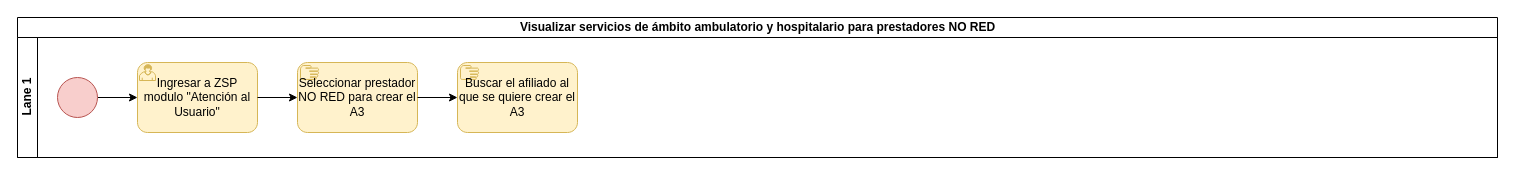
The draw.io diagram Visualizar servicios en ZSS para prestadores con marca en eter.drawio in kevinjporto/Diagramas-de-procesos, before the edit. Source tidied: cells renumbered, new cells numbered last; positions are measured from the earlier drawing's top-left corner, leaving out a move shared by most shapes. Both pictures are drawn from the tidied source at 100%, with x=0, y=0 at pixel (17, 17).
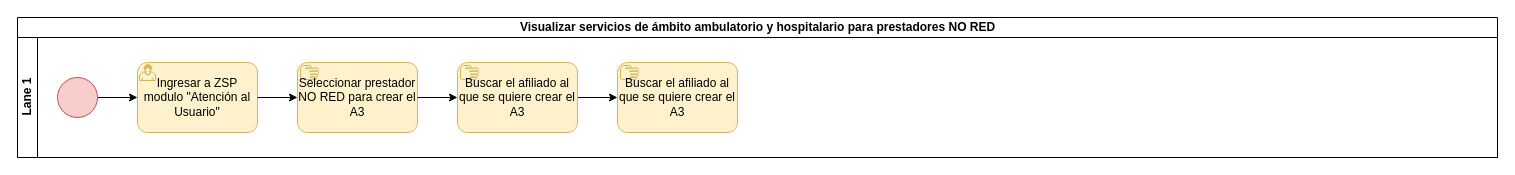
The same page after the edit.

Diff of the diagram source:
```diff
@@
 <mxGraphModel>
   <root>
     <mxCell id="0" />
     <mxCell id="1" parent="0" />
     <mxCell id="2" value="Visualizar servicios de ámbito ambulatorio y hospitalario para prestadores NO RED" style="swimlane;horizontal=1;startSize=20;html=1;" parent="1" vertex="1">
       <mxGeometry width="1480" height="140" as="geometry" />
     </mxCell>
     <mxCell id="3" value="Lane 1" style="swimlane;startSize=20;horizontal=0;html=1;" parent="2" vertex="1">
       <mxGeometry y="20" width="1480" height="120" as="geometry" />
     </mxCell>
     <mxCell id="4" style="edgeStyle=orthogonalEdgeStyle;rounded=0;jettySize=auto;html=1;entryX=0;entryY=0.5;entryDx=0;entryDy=0;entryPerimeter=0;" parent="3" edge="1" source="5" target="6">
       <mxGeometry relative="1" as="geometry" />
     </mxCell>
     <mxCell id="5" style="points=[[0.145,0.145,0],[0.5,0,0],[0.855,0.145,0],[1,0.5,0],[0.855,0.855,0],[0.5,1,0],[0.145,0.855,0],[0,0.5,0]];shape=mxgraph.bpmn.event;html=1;verticalLabelPosition=bottom;labelBackgroundColor=#ffffff;verticalAlign=top;align=center;perimeter=ellipsePerimeter;outlineConnect=0;outline=standard;symbol=general;fillColor=#f8cecc;strokeColor=#b85450;" parent="3" vertex="1">
       <mxGeometry x="40" y="40" width="40" height="40" as="geometry" />
     </mxCell>
     <mxCell id="6" value="Ingresar a ZSP modulo &quot;Atención al Usuario&quot;" style="points=[[0.25,0,0],[0.5,0,0],[0.75,0,0],[1,0.25,0],[1,0.5,0],[1,0.75,0],[0.75,1,0],[0.5,1,0],[0.25,1,0],[0,0.75,0],[0,0.5,0],[0,0.25,0]];shape=mxgraph.bpmn.task;whiteSpace=wrap;rectStyle=rounded;size=10;html=1;taskMarker=user;fillColor=#fff2cc;strokeColor=#d6b656;" parent="3" vertex="1">
       <mxGeometry x="120" y="25" width="120" height="70" as="geometry" />
     </mxCell>
     <mxCell id="7" value="Seleccionar prestador NO RED para crear el A3" style="points=[[0.25,0,0],[0.5,0,0],[0.75,0,0],[1,0.25,0],[1,0.5,0],[1,0.75,0],[0.75,1,0],[0.5,1,0],[0.25,1,0],[0,0.75,0],[0,0.5,0],[0,0.25,0]];shape=mxgraph.bpmn.task;whiteSpace=wrap;rectStyle=rounded;size=10;html=1;taskMarker=manual;fillColor=#fff2cc;strokeColor=#d6b656;" parent="3" vertex="1">
       <mxGeometry x="280" y="25" width="120" height="70" as="geometry" />
     </mxCell>
     <mxCell id="8" style="edgeStyle=orthogonalEdgeStyle;rounded=0;jettySize=auto;html=1;" parent="3" edge="1" source="6" target="7">
       <mxGeometry relative="1" as="geometry" />
     </mxCell>
+    <mxCell id="11" style="edgeStyle=orthogonalEdgeStyle;rounded=0;jettySize=auto;html=1;" parent="3" edge="1" source="9" target="12">
+      <mxGeometry relative="1" as="geometry" />
+    </mxCell>
     <mxCell id="9" value="Buscar el afiliado al que se quiere crear el A3" style="points=[[0.25,0,0],[0.5,0,0],[0.75,0,0],[1,0.25,0],[1,0.5,0],[1,0.75,0],[0.75,1,0],[0.5,1,0],[0.25,1,0],[0,0.75,0],[0,0.5,0],[0,0.25,0]];shape=mxgraph.bpmn.task;whiteSpace=wrap;rectStyle=rounded;size=10;html=1;taskMarker=manual;fillColor=#fff2cc;strokeColor=#d6b656;" parent="3" vertex="1">
       <mxGeometry x="440" y="25" width="120" height="70" as="geometry" />
     </mxCell>
     <mxCell id="10" style="edgeStyle=orthogonalEdgeStyle;rounded=0;jettySize=auto;html=1;" parent="3" edge="1" source="7" target="9">
       <mxGeometry relative="1" as="geometry" />
     </mxCell>
+    <mxCell id="12" value="Buscar el afiliado al que se quiere crear el A3" style="points=[[0.25,0,0],[0.5,0,0],[0.75,0,0],[1,0.25,0],[1,0.5,0],[1,0.75,0],[0.75,1,0],[0.5,1,0],[0.25,1,0],[0,0.75,0],[0,0.5,0],[0,0.25,0]];shape=mxgraph.bpmn.task;whiteSpace=wrap;rectStyle=rounded;size=10;html=1;taskMarker=manual;fillColor=#fff2cc;strokeColor=#d6b656;" parent="3" vertex="1">
+      <mxGeometry x="600" y="25" width="120" height="70" as="geometry" />
+    </mxCell>
   </root>
 </mxGraphModel>
```
